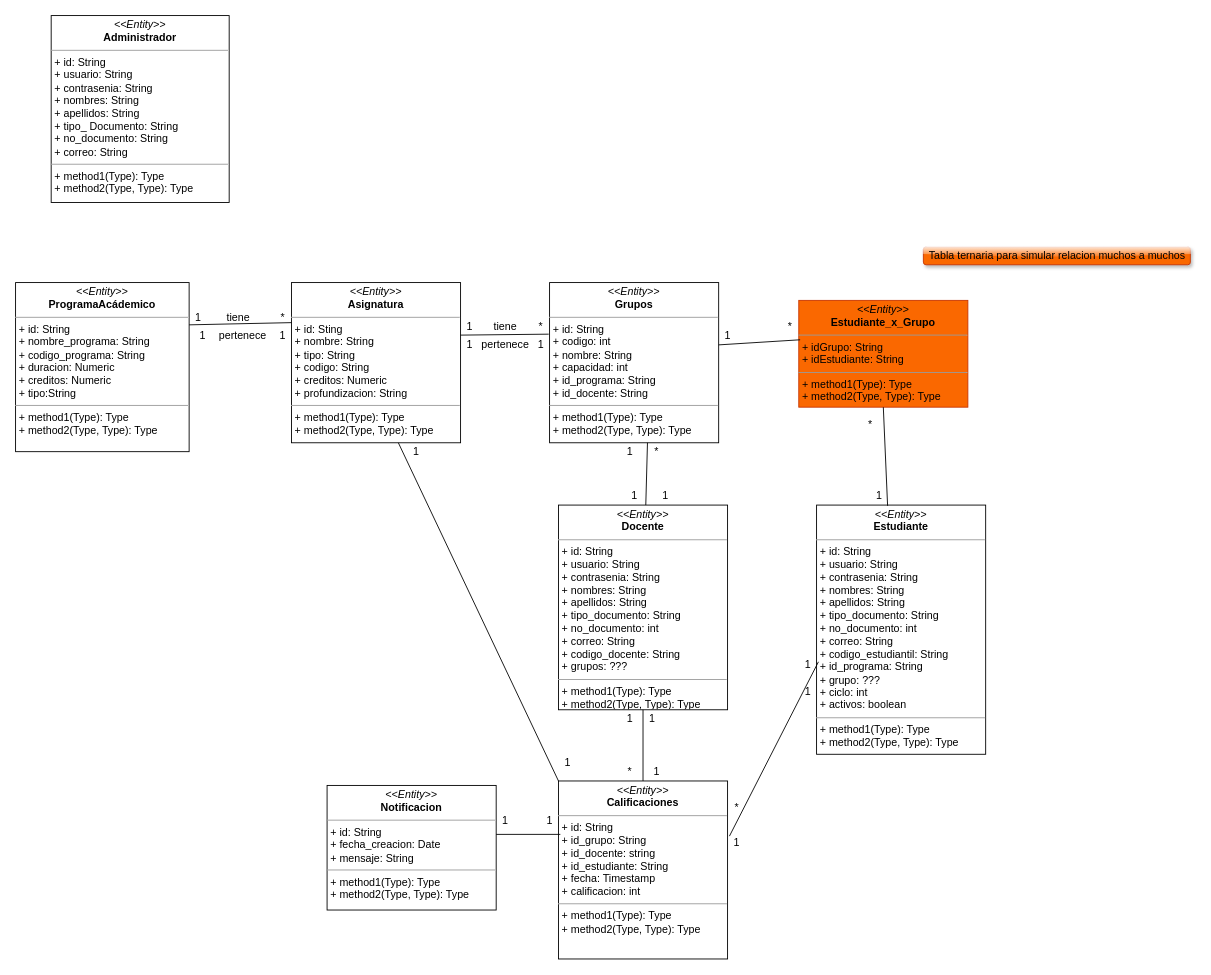
Above: Diagramas/Clases.drawio in williamvargas7/Ciclo4Personal (draw.io), before the change. Source tidied: cells renumbered, new cells numbered last; positions are measured from the earlier drawing's top-left corner, leaving out a move shared by most shapes. Both pictures are drawn from the tidied source at 89%, with x=0, y=0 at pixel (15, 15).
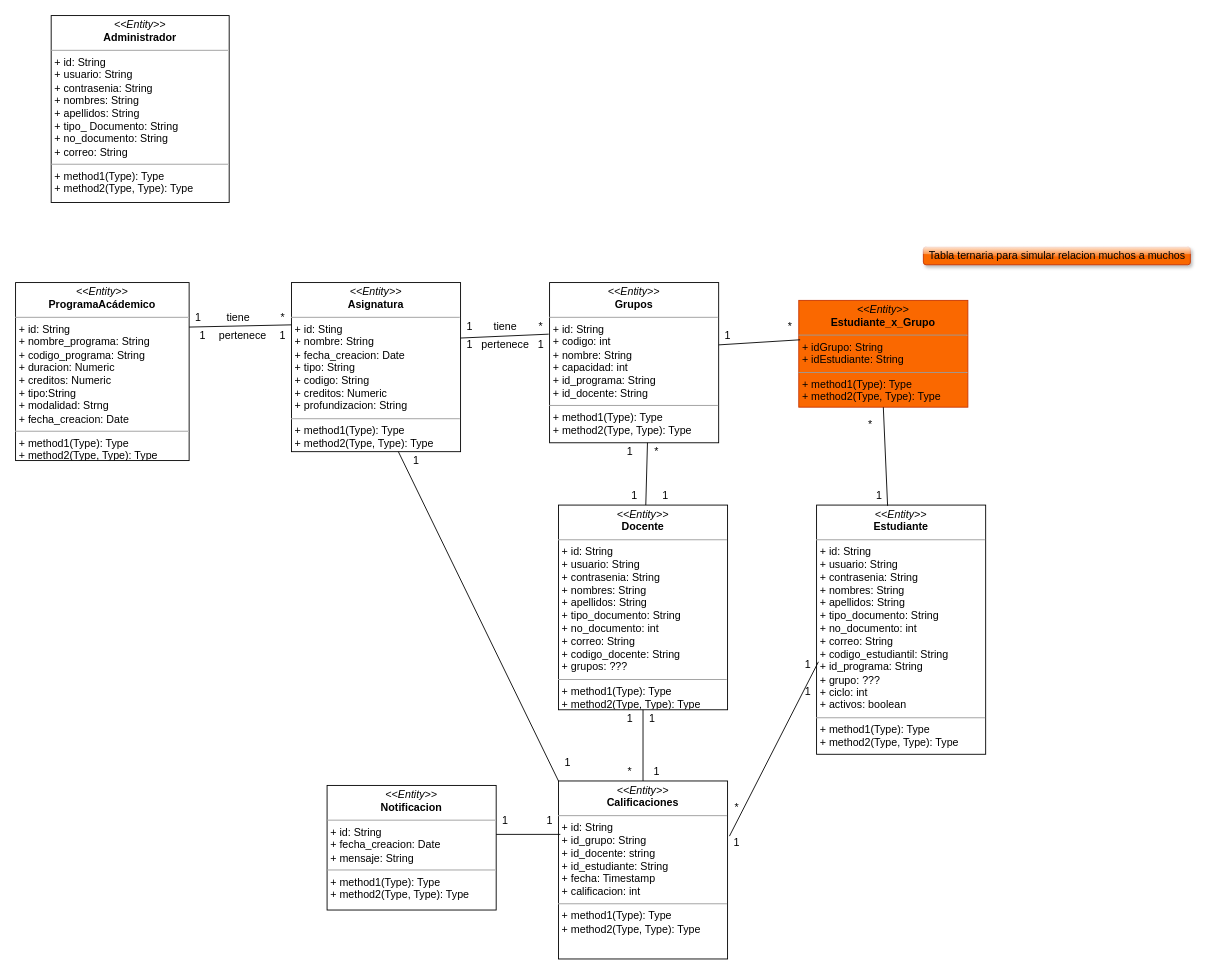
The same page after the edit.

Commit message (it also covers changes not shown here):
Creacion de modelos y relacion

Diff of the diagram source:
```diff
@@
-    <mxCell id="5" value="&lt;p style=&quot;margin: 0px ; margin-top: 4px ; text-align: center&quot;&gt;&lt;i&gt;&amp;lt;&amp;lt;Entity&amp;gt;&amp;gt;&lt;/i&gt;&lt;br&gt;&lt;b&gt;ProgramaAcádemico&lt;/b&gt;&lt;/p&gt;&lt;hr size=&quot;1&quot;&gt;&lt;p style=&quot;margin: 0px ; margin-left: 4px&quot;&gt;&lt;span style=&quot;text-align: center&quot;&gt;+ id: String&lt;/span&gt;&lt;br style=&quot;text-align: center&quot;&gt;&lt;span style=&quot;text-align: center&quot;&gt;+&amp;nbsp;&lt;/span&gt;&lt;span style=&quot;text-align: center&quot;&gt;nombre_programa: String&lt;/span&gt;&lt;br style=&quot;text-align: center&quot;&gt;&lt;span style=&quot;text-align: center&quot;&gt;+&amp;nbsp;&lt;/span&gt;&lt;span style=&quot;text-align: center&quot;&gt;codigo_programa: String&lt;/span&gt;&lt;br&gt;&lt;/p&gt;&lt;p style=&quot;margin: 0px ; margin-left: 4px&quot;&gt;&lt;span style=&quot;text-align: center&quot;&gt;+ duracion: Numeric&lt;/span&gt;&lt;/p&gt;&lt;p style=&quot;margin: 0px ; margin-left: 4px&quot;&gt;&lt;span style=&quot;text-align: center&quot;&gt;+ creditos: Numeric&lt;/span&gt;&lt;/p&gt;&lt;p style=&quot;margin: 0px ; margin-left: 4px&quot;&gt;&lt;span style=&quot;text-align: center&quot;&gt;+ tipo:String&lt;/span&gt;&lt;/p&gt;&lt;hr size=&quot;1&quot;&gt;&lt;p style=&quot;margin: 0px ; margin-left: 4px&quot;&gt;+ method1(Type): Type&lt;br&gt;+ method2(Type, Type): Type&lt;/p&gt;" style="verticalAlign=top;align=left;overflow=fill;fontSize=12;fontFamily=Helvetica;html=1;" parent="1" vertex="1">
-      <mxGeometry y="300" width="195" height="190" as="geometry" />
+    <mxCell id="5" value="&lt;p style=&quot;margin: 0px ; margin-top: 4px ; text-align: center&quot;&gt;&lt;i&gt;&amp;lt;&amp;lt;Entity&amp;gt;&amp;gt;&lt;/i&gt;&lt;br&gt;&lt;b&gt;ProgramaAcádemico&lt;/b&gt;&lt;/p&gt;&lt;hr size=&quot;1&quot;&gt;&lt;p style=&quot;margin: 0px ; margin-left: 4px&quot;&gt;&lt;span style=&quot;text-align: center&quot;&gt;+ id: String&lt;/span&gt;&lt;br style=&quot;text-align: center&quot;&gt;&lt;span style=&quot;text-align: center&quot;&gt;+&amp;nbsp;&lt;/span&gt;&lt;span style=&quot;text-align: center&quot;&gt;nombre_programa: String&lt;/span&gt;&lt;br style=&quot;text-align: center&quot;&gt;&lt;span style=&quot;text-align: center&quot;&gt;+&amp;nbsp;&lt;/span&gt;&lt;span style=&quot;text-align: center&quot;&gt;codigo_programa: String&lt;/span&gt;&lt;br&gt;&lt;/p&gt;&lt;p style=&quot;margin: 0px ; margin-left: 4px&quot;&gt;&lt;span style=&quot;text-align: center&quot;&gt;+ duracion: Numeric&lt;/span&gt;&lt;/p&gt;&lt;p style=&quot;margin: 0px ; margin-left: 4px&quot;&gt;&lt;span style=&quot;text-align: center&quot;&gt;+ creditos: Numeric&lt;/span&gt;&lt;/p&gt;&lt;p style=&quot;margin: 0px ; margin-left: 4px&quot;&gt;&lt;span style=&quot;text-align: center&quot;&gt;+ tipo:String&lt;/span&gt;&lt;/p&gt;&lt;p style=&quot;margin: 0px ; margin-left: 4px&quot;&gt;&lt;span style=&quot;text-align: center&quot;&gt;+ modalidad: Strng&lt;/span&gt;&lt;/p&gt;&lt;p style=&quot;margin: 0px ; margin-left: 4px&quot;&gt;&lt;span style=&quot;text-align: center&quot;&gt;+ fecha_creacion: Date&lt;/span&gt;&lt;/p&gt;&lt;hr size=&quot;1&quot;&gt;&lt;p style=&quot;margin: 0px ; margin-left: 4px&quot;&gt;+ method1(Type): Type&lt;br&gt;+ method2(Type, Type): Type&lt;/p&gt;" style="verticalAlign=top;align=left;overflow=fill;fontSize=12;fontFamily=Helvetica;html=1;" parent="1" vertex="1">
+      <mxGeometry y="300" width="195" height="200" as="geometry" />
     </mxCell>
@@
-    <mxCell id="9" value="&lt;p style=&quot;margin: 0px ; margin-top: 4px ; text-align: center&quot;&gt;&lt;i&gt;&amp;lt;&amp;lt;Entity&amp;gt;&amp;gt;&lt;/i&gt;&lt;br&gt;&lt;b&gt;Asignatura&lt;/b&gt;&lt;/p&gt;&lt;hr size=&quot;1&quot;&gt;&lt;p style=&quot;margin: 0px ; margin-left: 4px&quot;&gt;+ id: Sting&lt;br&gt;+ nombre: String&lt;/p&gt;&lt;p style=&quot;margin: 0px ; margin-left: 4px&quot;&gt;+ tipo: String&lt;/p&gt;&lt;p style=&quot;margin: 0px ; margin-left: 4px&quot;&gt;+ codigo: String&lt;/p&gt;&lt;p style=&quot;margin: 0px ; margin-left: 4px&quot;&gt;+ creditos: Numeric&lt;/p&gt;&lt;p style=&quot;margin: 0px ; margin-left: 4px&quot;&gt;+ profundizacion: String&lt;br&gt;&lt;/p&gt;&lt;hr size=&quot;1&quot;&gt;&lt;p style=&quot;margin: 0px ; margin-left: 4px&quot;&gt;+ method1(Type): Type&lt;br&gt;+ method2(Type, Type): Type&lt;/p&gt;" style="verticalAlign=top;align=left;overflow=fill;fontSize=12;fontFamily=Helvetica;html=1;" parent="1" vertex="1">
-      <mxGeometry x="310" y="300" width="190" height="180" as="geometry" />
+    <mxCell id="9" value="&lt;p style=&quot;margin: 0px ; margin-top: 4px ; text-align: center&quot;&gt;&lt;i&gt;&amp;lt;&amp;lt;Entity&amp;gt;&amp;gt;&lt;/i&gt;&lt;br&gt;&lt;b&gt;Asignatura&lt;/b&gt;&lt;/p&gt;&lt;hr size=&quot;1&quot;&gt;&lt;p style=&quot;margin: 0px ; margin-left: 4px&quot;&gt;+ id: Sting&lt;br&gt;+ nombre: String&lt;/p&gt;&lt;p style=&quot;margin: 0px ; margin-left: 4px&quot;&gt;+ fecha_creacion: Date&lt;/p&gt;&lt;p style=&quot;margin: 0px ; margin-left: 4px&quot;&gt;+ tipo: String&lt;/p&gt;&lt;p style=&quot;margin: 0px ; margin-left: 4px&quot;&gt;+ codigo: String&lt;/p&gt;&lt;p style=&quot;margin: 0px ; margin-left: 4px&quot;&gt;+ creditos: Numeric&lt;/p&gt;&lt;p style=&quot;margin: 0px ; margin-left: 4px&quot;&gt;+ profundizacion: String&lt;br&gt;&lt;/p&gt;&lt;hr size=&quot;1&quot;&gt;&lt;p style=&quot;margin: 0px ; margin-left: 4px&quot;&gt;+ method1(Type): Type&lt;br&gt;+ method2(Type, Type): Type&lt;/p&gt;" style="verticalAlign=top;align=left;overflow=fill;fontSize=12;fontFamily=Helvetica;html=1;" parent="1" vertex="1">
+      <mxGeometry x="310" y="300" width="190" height="190" as="geometry" />
     </mxCell>
@@
     <mxCell id="51" value="1" style="text;html=1;align=center;verticalAlign=middle;strokeColor=none;" parent="1" vertex="1">
-      <mxGeometry x="440" y="480" width="20" height="20" as="geometry" />
+      <mxGeometry x="440" y="490" width="20" height="20" as="geometry" />
     </mxCell>
```
